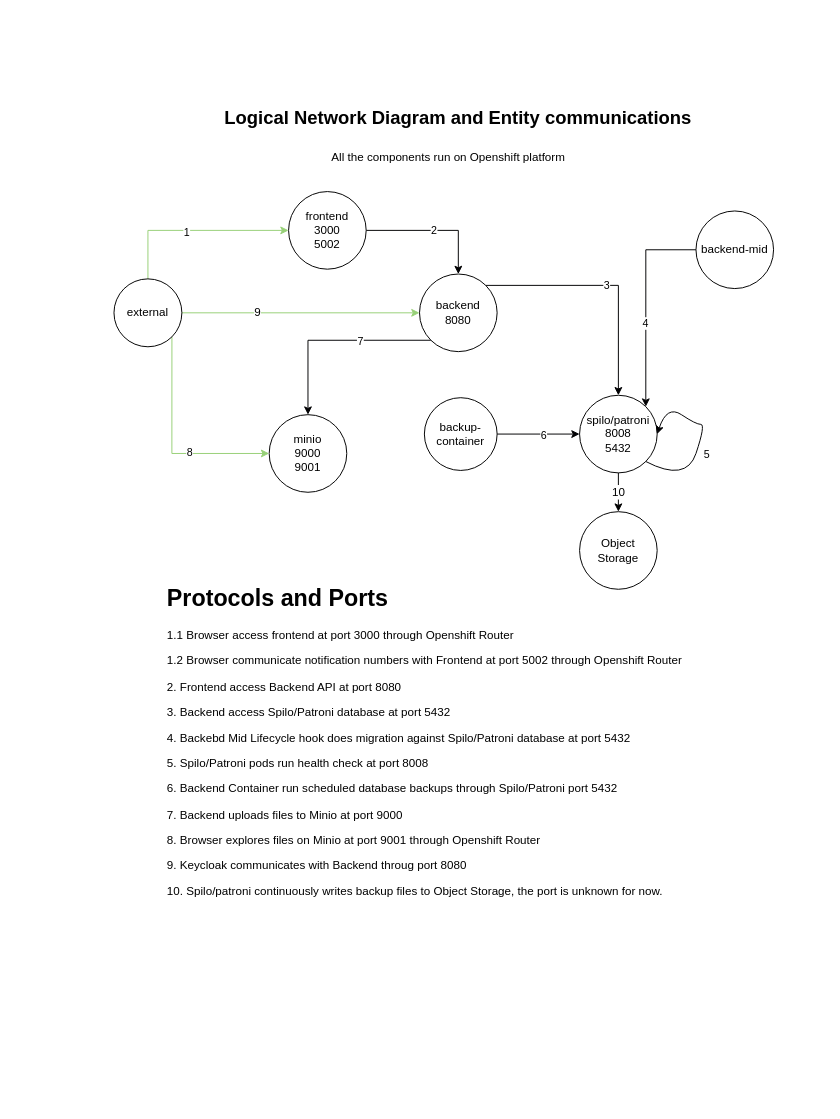
Above: openshift/templates/architect-diagram/knp-diagram.drawio in bcgov/itvr (draw.io), before the change. Source tidied: cells renumbered, new cells numbered last; positions are measured from the earlier drawing's top-left corner, leaving out a move shared by most shapes. Both pictures are drawn from the tidied source at 97%, with x=0, y=0 at pixel (113, 104).
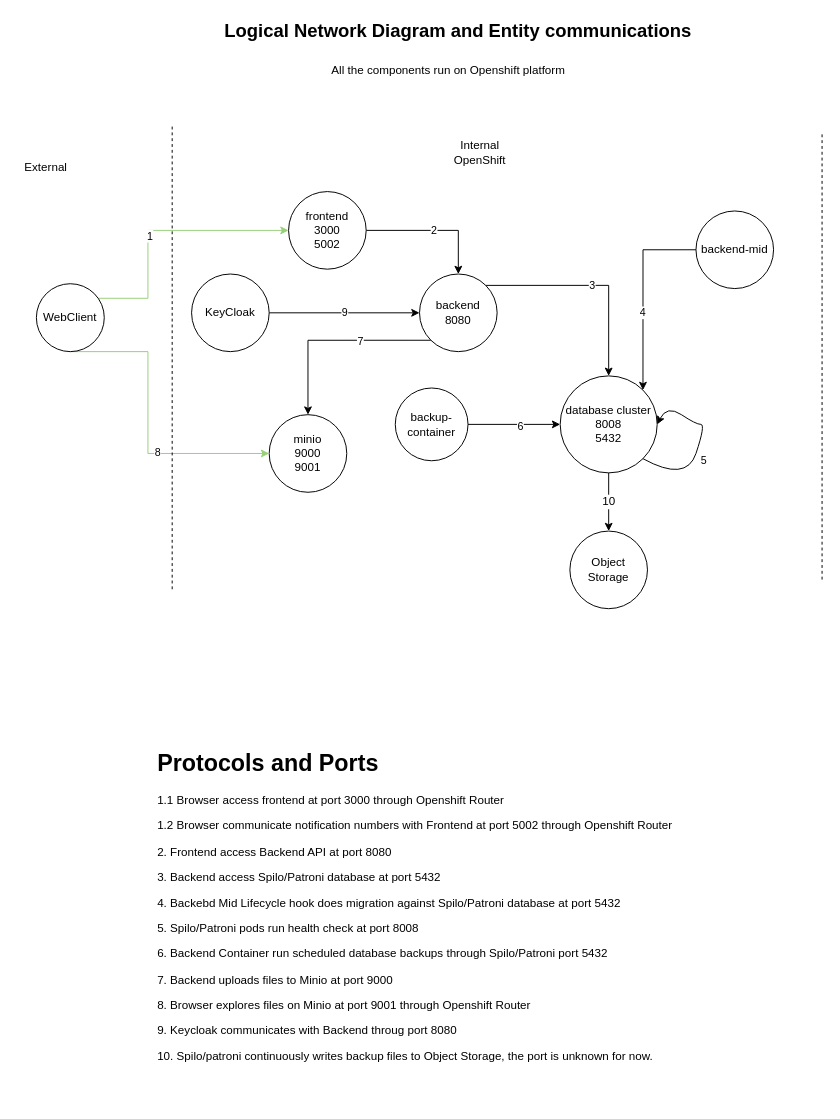
After the change.

The change refers to these unchanged cells:
```xml
<mxCell id="3" value="frontend&lt;br&gt;3000&lt;br&gt;5002" style="ellipse;whiteSpace=wrap;html=1;" parent="1" vertex="1">
  <mxGeometry x="180" y="90" width="80" height="80" as="geometry" />
</mxCell>
<mxCell id="7" value="backend&lt;br&gt;8080" style="ellipse;whiteSpace=wrap;html=1;" parent="1" vertex="1">
  <mxGeometry x="315" y="175" width="80" height="80" as="geometry" />
</mxCell>
<mxCell id="12" value="minio&lt;br&gt;9000&lt;br&gt;9001" style="ellipse;whiteSpace=wrap;html=1;" parent="1" vertex="1">
  <mxGeometry x="160" y="320" width="80" height="80" as="geometry" />
</mxCell>
```

The edit, as a diff of the source:
```diff
@@
-    <mxCell id="8" value="spilo/patroni&lt;br&gt;8008&lt;br&gt;5432" style="ellipse;whiteSpace=wrap;html=1;" parent="1" vertex="1">
-      <mxGeometry x="480" y="300" width="80" height="80" as="geometry" />
+    <mxCell id="8" value="database cluster&lt;br&gt;8008&lt;br&gt;5432" style="ellipse;whiteSpace=wrap;html=1;" parent="1" vertex="1">
+      <mxGeometry x="460" y="280" width="100" height="100" as="geometry" />
     </mxCell>
@@
     <mxCell id="11" value="backup-container" style="ellipse;whiteSpace=wrap;html=1;" parent="1" vertex="1">
-      <mxGeometry x="320" y="302.5" width="75" height="75" as="geometry" />
+      <mxGeometry x="290" y="292.5" width="75" height="75" as="geometry" />
     </mxCell>
@@
-    <mxCell id="13" style="edgeStyle=orthogonalEdgeStyle;rounded=0;jettySize=auto;html=1;entryX=0;entryY=0.5;entryDx=0;entryDy=0;strokeColor=#97D077;" parent="1" edge="1" source="19" target="7">
-      <mxGeometry relative="1" as="geometry" />
-    </mxCell>
-    <mxCell id="14" value="9" style="edgeLabel;html=1;align=center;verticalAlign=middle;fontSize=12;" parent="13" vertex="1">
-      <mxGeometry x="-0.37" y="1" relative="1" as="geometry" />
-    </mxCell>
-    <mxCell id="15" style="edgeStyle=orthogonalEdgeStyle;rounded=0;jettySize=auto;html=1;exitX=1;exitY=1;exitDx=0;exitDy=0;entryX=0;entryY=0.5;entryDx=0;entryDy=0;strokeColor=#97D077;" parent="1" edge="1" source="19" target="12">
+    <mxCell id="15" style="edgeStyle=orthogonalEdgeStyle;rounded=0;jettySize=auto;html=1;exitX=0.5;exitY=1;exitDx=0;exitDy=0;entryX=0;entryY=0.5;entryDx=0;entryDy=0;strokeColor=#97D077;" parent="1" edge="1" source="19" target="12">
       <mxGeometry relative="1" as="geometry">
         <Array as="points">
-          <mxPoint x="60" y="360" />
+          <mxPoint x="35" y="360" />
         </Array>
       </mxGeometry>
     </mxCell>
@@
-    <mxCell id="17" style="edgeStyle=orthogonalEdgeStyle;rounded=0;jettySize=auto;html=1;entryX=0;entryY=0.5;entryDx=0;entryDy=0;strokeColor=#97D077;" parent="1" edge="1" source="19" target="3">
+    <mxCell id="17" style="edgeStyle=orthogonalEdgeStyle;rounded=0;jettySize=auto;html=1;entryX=0;entryY=0.5;entryDx=0;entryDy=0;strokeColor=#97D077;exitX=1;exitY=0;exitDx=0;exitDy=0;" parent="1" edge="1" source="19" target="3">
       <mxGeometry relative="1" as="geometry">
         <Array as="points">
+          <mxPoint x="-20" y="200" />
+          <mxPoint x="35" y="200" />
           <mxPoint x="35" y="130" />
         </Array>
       </mxGeometry>
     </mxCell>
@@
-    <mxCell id="19" value="external" style="ellipse;whiteSpace=wrap;html=1;" parent="1" vertex="1">
-      <mxGeometry y="180" width="70" height="70" as="geometry" />
+    <mxCell id="19" value="WebClient" style="ellipse;whiteSpace=wrap;html=1;" parent="1" vertex="1">
+      <mxGeometry x="-80" y="185" width="70" height="70" as="geometry" />
     </mxCell>
@@
     <mxCell id="25" value="&lt;h1&gt;Protocols and Ports&lt;/h1&gt;&lt;p&gt;1.1 Browser access frontend at port 3000 through Openshift Router&lt;/p&gt;&lt;p&gt;1.2 Browser communicate notification numbers with Frontend at port 5002 through Openshift Router&lt;/p&gt;&lt;p&gt;2. Frontend access Backend API at port 8080&lt;/p&gt;&lt;p&gt;3. Backend access Spilo/Patroni database at port 5432&lt;/p&gt;&lt;p&gt;4. Backebd Mid Lifecycle hook does migration against Spilo/Patroni database at port 5432&lt;/p&gt;&lt;p&gt;5. Spilo/Patroni pods run health check at port 8008&lt;/p&gt;&lt;p&gt;6. Backend Container run scheduled database backups through Spilo/Patroni port 5432&lt;/p&gt;&lt;p&gt;7. Backend uploads files to Minio at port 9000&lt;/p&gt;&lt;p&gt;8. Browser explores files on Minio at port 9001 through Openshift Router&lt;/p&gt;&lt;p&gt;9. Keycloak communicates with Backend throug port 8080&lt;/p&gt;&lt;p&gt;10. Spilo/patroni continuously writes backup files to Object Storage, the port is unknown for now.&lt;/p&gt;" style="text;html=1;strokeColor=none;fillColor=none;spacing=5;spacingTop=-20;whiteSpace=wrap;overflow=hidden;rounded=0;" parent="1" vertex="1">
-      <mxGeometry x="50" y="490" width="640" height="370" as="geometry" />
+      <mxGeometry x="40" y="660" width="640" height="370" as="geometry" />
     </mxCell>
     <mxCell id="26" value="Logical Network Diagram and Entity communications" style="text;html=1;strokeColor=none;fillColor=none;align=center;verticalAlign=middle;whiteSpace=wrap;rounded=0;fontStyle=1;fontSize=19;" parent="1" vertex="1">
-      <mxGeometry x="75" width="560" height="30" as="geometry" />
+      <mxGeometry x="75" y="-90" width="560" height="30" as="geometry" />
     </mxCell>
     <mxCell id="27" value="Object Storage" style="ellipse;whiteSpace=wrap;html=1;fontSize=12;" parent="1" vertex="1">
-      <mxGeometry x="480" y="420" width="80" height="80" as="geometry" />
+      <mxGeometry x="470" y="440" width="80" height="80" as="geometry" />
     </mxCell>
@@
     <mxCell id="29" value="All the components run on Openshift platform" style="text;html=1;strokeColor=none;fillColor=none;align=center;verticalAlign=middle;whiteSpace=wrap;rounded=0;fontSize=12;" parent="1" vertex="1">
-      <mxGeometry x="215" y="40" width="260" height="30" as="geometry" />
+      <mxGeometry x="215" y="-50" width="260" height="30" as="geometry" />
     </mxCell>
+    <mxCell id="30" value="Internal&lt;br&gt;OpenShift" style="text;html=1;strokeColor=none;fillColor=none;align=center;verticalAlign=middle;whiteSpace=wrap;rounded=0;" parent="1" vertex="1">
+      <mxGeometry x="330" y="20" width="95" height="60" as="geometry" />
+    </mxCell>
+    <mxCell id="14" value="9" style="edgeStyle=orthogonalEdgeStyle;rounded=0;jettySize=auto;html=1;" parent="1" edge="1" source="31" target="7">
+      <mxGeometry relative="1" as="geometry" />
+    </mxCell>
+    <mxCell id="31" value="KeyCloak" style="ellipse;whiteSpace=wrap;html=1;" parent="1" vertex="1">
+      <mxGeometry x="80" y="175" width="80" height="80" as="geometry" />
+    </mxCell>
+    <mxCell id="32" style="endArrow=none;dashed=1;html=1;rounded=0;" parent="1" edge="1">
+      <mxGeometry relative="1" as="geometry">
+        <mxPoint x="60" y="500" as="sourcePoint" />
+        <mxPoint x="60" y="20" as="targetPoint" />
+      </mxGeometry>
+    </mxCell>
+    <mxCell id="33" style="endArrow=none;dashed=1;html=1;rounded=0;" parent="1" edge="1">
+      <mxGeometry relative="1" as="geometry">
+        <mxPoint x="730" y="490" as="sourcePoint" />
+        <mxPoint x="730" y="30" as="targetPoint" />
+      </mxGeometry>
+    </mxCell>
+    <mxCell id="34" value="External" style="text;html=1;strokeColor=none;fillColor=none;align=center;verticalAlign=middle;whiteSpace=wrap;rounded=0;" parent="1" vertex="1">
+      <mxGeometry x="-100" y="50" width="60" height="30" as="geometry" />
+    </mxCell>
```
